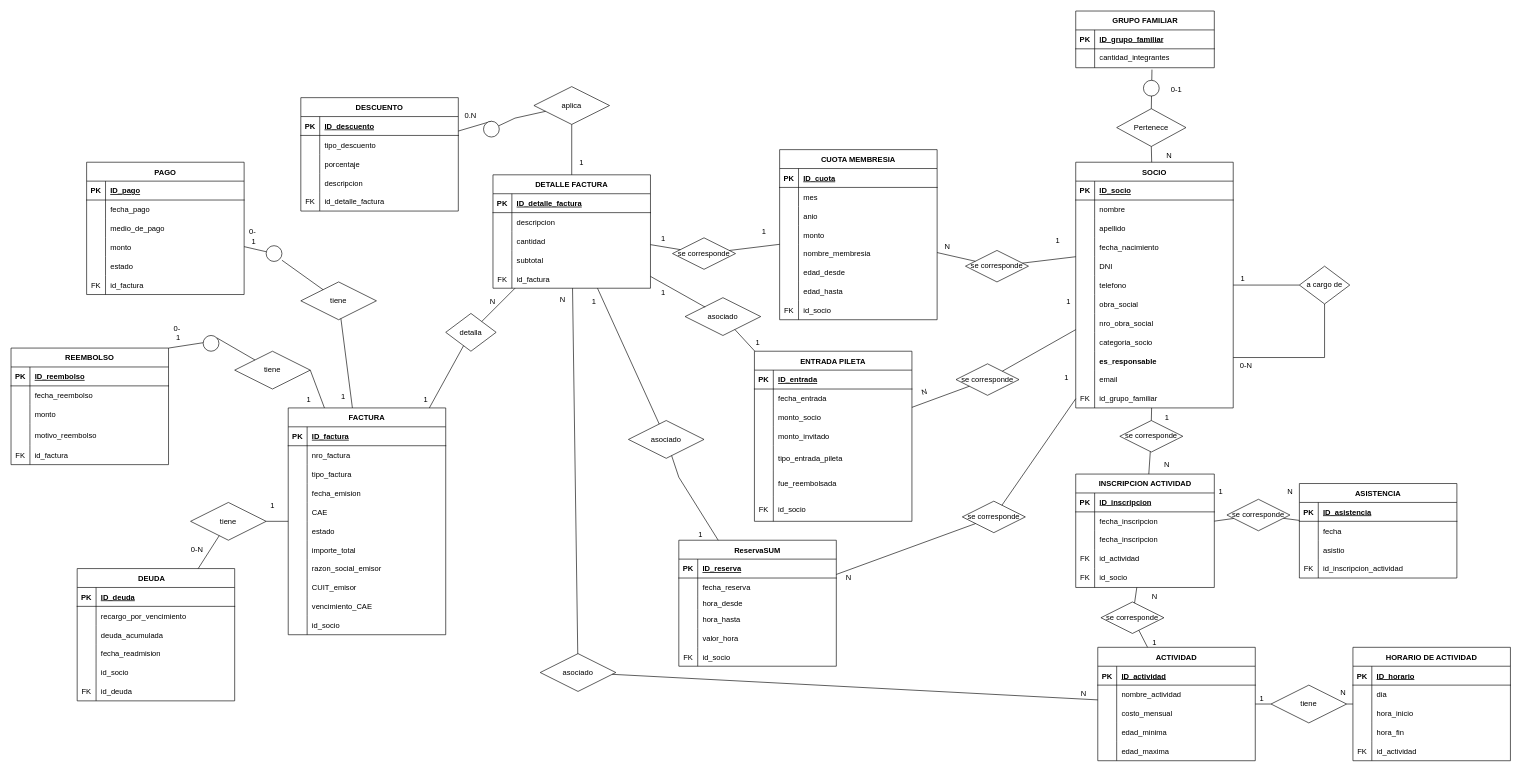
This is der/der_aprobado_V2.drawio from nicolascatania/tp-bda-grupo-10-unlam, a draw.io file, before an edit. Source tidied: cells renumbered, new cells numbered last; positions are measured from the earlier drawing's top-left corner, leaving out a move shared by most shapes. Both pictures are drawn from the tidied source at 63%, with x=0, y=0 at pixel (11, 11).
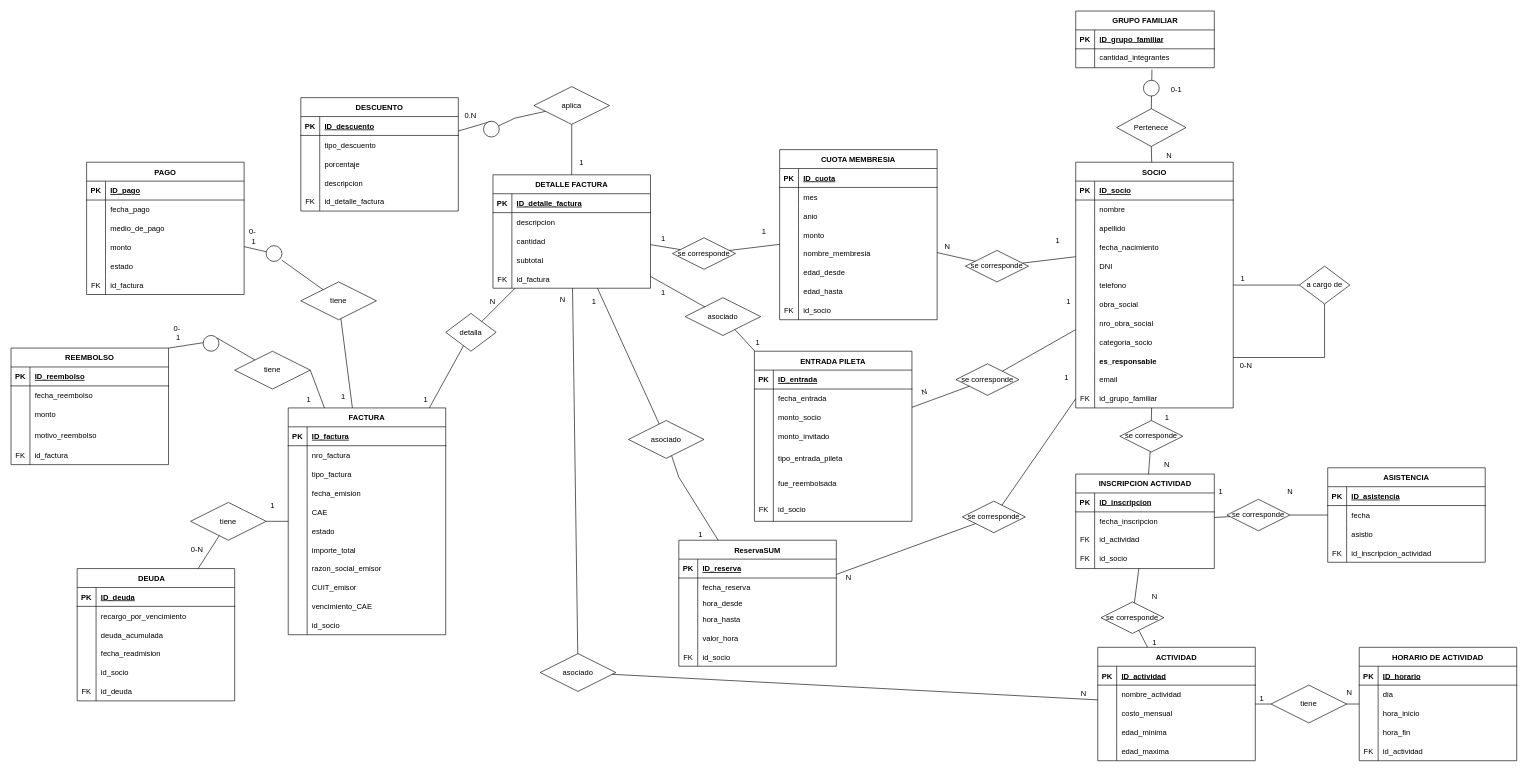
The same page after the edit.

Change to the diagram source:
```diff
@@
     <mxCell id="18" value="HORARIO DE ACTIVIDAD" style="shape=table;startSize=30;childLayout=tableLayout;rowLines=0;fontStyle=1;align=center;" parent="1" vertex="1">
-      <mxGeometry x="2130" y="1010" width="250" height="180" as="geometry" />
+      <mxGeometry x="2140" y="1010" width="250" height="180" as="geometry" />
     </mxCell>
@@
     <mxCell id="71" value="INSCRIPCION ACTIVIDAD" style="shape=table;startSize=30;childLayout=tableLayout;rowLines=0;fontStyle=1;align=center;html=1;" parent="1" vertex="1">
-      <mxGeometry x="1690" y="735" width="220" height="180" as="geometry" />
+      <mxGeometry x="1690" y="735" width="220" height="150" as="geometry" />
     </mxCell>
@@
-    <mxCell id="78" style="shape=tableRow;horizontal=0;startSize=0;swimlaneHead=0;swimlaneBody=0;fillColor=none;top=0;left=0;right=0;bottom=0;" parent="71" vertex="1">
-      <mxGeometry y="90" width="220" height="30" as="geometry" />
-    </mxCell>
-    <mxCell id="79" style="shape=partialRectangle;fillColor=none;top=0;left=0;bottom=0;right=0;overflow=hidden;whiteSpace=wrap;html=1;" parent="78" vertex="1">
-      <mxGeometry width="30" height="30" as="geometry" />
-    </mxCell>
-    <mxCell id="80" value="fecha_inscripcion" style="shape=partialRectangle;fillColor=none;top=0;left=0;bottom=0;right=0;align=left;spacingLeft=6;overflow=hidden;whiteSpace=wrap;html=1;" parent="78" vertex="1">
-      <mxGeometry x="30" width="190" height="30" as="geometry" />
-    </mxCell>
     <mxCell id="81" style="shape=tableRow;horizontal=0;startSize=0;swimlaneHead=0;swimlaneBody=0;fillColor=none;top=0;left=0;right=0;bottom=0;" parent="71" vertex="1">
-      <mxGeometry y="120" width="220" height="30" as="geometry" />
+      <mxGeometry y="90" width="220" height="30" as="geometry" />
     </mxCell>
@@
     <mxCell id="84" style="shape=tableRow;horizontal=0;startSize=0;swimlaneHead=0;swimlaneBody=0;fillColor=none;top=0;left=0;right=0;bottom=0;" parent="71" vertex="1">
-      <mxGeometry y="150" width="220" height="30" as="geometry" />
+      <mxGeometry y="120" width="220" height="30" as="geometry" />
     </mxCell>
@@
     <mxCell id="186" value="ASISTENCIA" style="shape=table;startSize=30;childLayout=tableLayout;rowLines=0;fontStyle=1;align=center;" parent="1" vertex="1">
-      <mxGeometry x="2045" y="750" width="250" height="150" as="geometry" />
+      <mxGeometry x="2090" y="725" width="250" height="150" as="geometry" />
     </mxCell>
```
